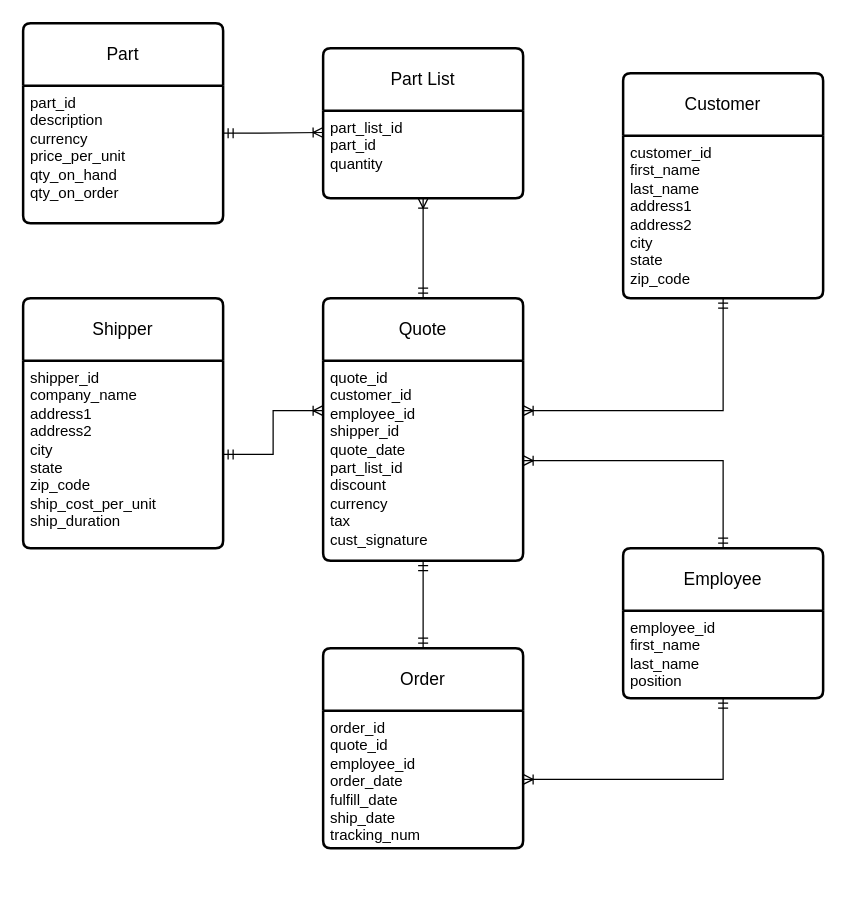
Before: CRM-ordermanagement.drawio in airbaggrenade/WGU-D284, a draw.io diagram. Source tidied: cells renumbered, new cells numbered last; positions are measured from the earlier drawing's top-left corner, leaving out a move shared by most shapes. Both pictures are drawn from the tidied source at 125%, with x=0, y=0 at pixel (22, 22).
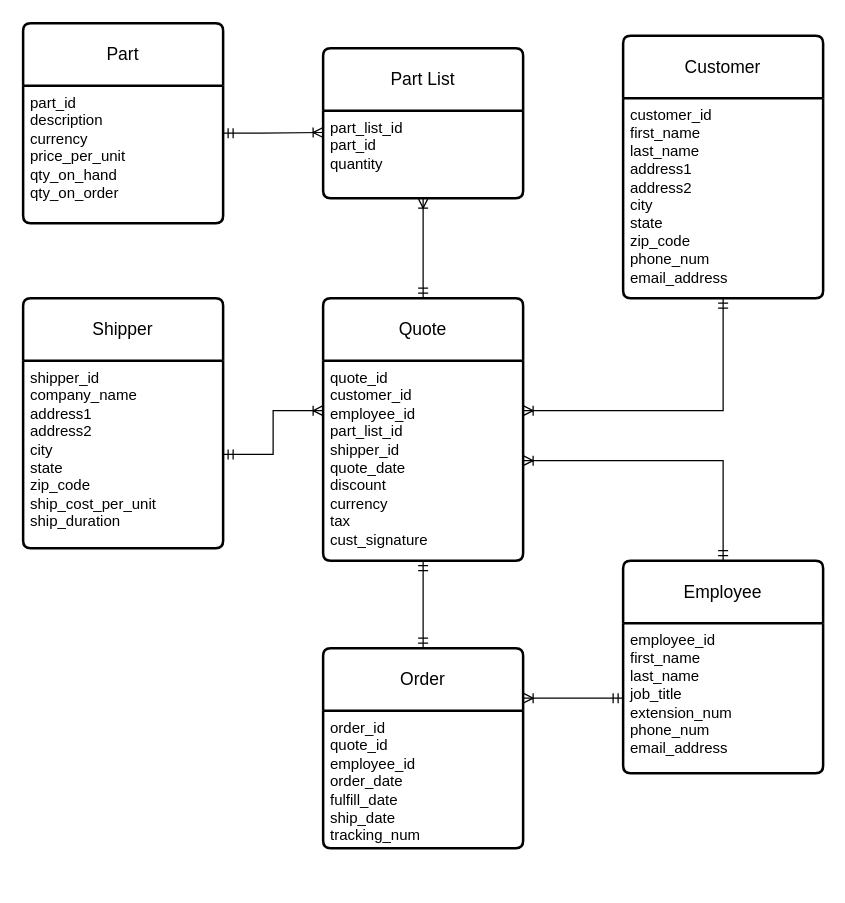
The same page after the edit.

The change refers to these unchanged cells:
```xml
<mxCell id="2" value="Quote" style="swimlane;horizontal=1;startSize=50;rounded=1;fontSize=14;fontStyle=0;strokeWidth=2;shadow=0;dashed=0;align=center;arcSize=4;whiteSpace=wrap;html=1;" parent="1" vertex="1">
  <mxGeometry x="240" y="220" width="160" height="210" as="geometry" />
</mxCell>
<mxCell id="10" value="Order" style="swimlane;horizontal=1;startSize=50;rounded=1;fontSize=14;fontStyle=0;strokeWidth=2;shadow=0;dashed=0;align=center;arcSize=4;whiteSpace=wrap;html=1;" parent="1" vertex="1">
  <mxGeometry x="240" y="500" width="160" height="160" as="geometry" />
</mxCell>
<mxCell id="11" value="&lt;div&gt;order_id&lt;/div&gt;&lt;div&gt;quote_id&lt;/div&gt;&lt;div&gt;employee_id&lt;br&gt;&lt;/div&gt;&lt;div&gt;order_date&lt;/div&gt;&lt;div&gt;fulfill_date&lt;/div&gt;&lt;div&gt;ship_date&lt;/div&gt;&lt;div&gt;tracking_num&lt;br&gt;&lt;/div&gt;&lt;div&gt;&lt;br&gt;&lt;/div&gt;&lt;div&gt;&lt;br&gt;&lt;/div&gt;" style="align=left;strokeColor=none;fillColor=none;spacingLeft=4;fontSize=12;verticalAlign=top;html=1;" parent="10" vertex="1">
  <mxGeometry y="50" width="160" height="110" as="geometry" />
</mxCell>
```

Change to the diagram source:
```diff
@@
-    <mxCell id="3" value="&lt;div&gt;quote_id&lt;/div&gt;&lt;div&gt;customer_id&lt;/div&gt;&lt;div&gt;employee_id&lt;/div&gt;&lt;div&gt;shipper_id&lt;br&gt;&lt;/div&gt;&lt;div&gt;quote_date&lt;/div&gt;&lt;div&gt;part_list_id&lt;br&gt;&lt;/div&gt;&lt;div&gt;discount&lt;/div&gt;&lt;div&gt;currency&lt;br&gt;&lt;/div&gt;&lt;div&gt;tax&lt;/div&gt;&lt;div&gt;cust_signature&lt;/div&gt;&lt;div&gt;&lt;br&gt;&lt;/div&gt;&lt;div&gt;&lt;br&gt;&lt;/div&gt;" style="align=left;strokeColor=none;fillColor=none;spacingLeft=4;fontSize=12;verticalAlign=top;html=1;" parent="2" vertex="1">
+    <mxCell id="3" value="&lt;div&gt;quote_id&lt;/div&gt;&lt;div&gt;customer_id&lt;/div&gt;&lt;div&gt;employee_id&lt;/div&gt;&lt;div&gt;part_list_id&lt;/div&gt;&lt;div&gt;shipper_id&lt;br&gt;&lt;/div&gt;&lt;div&gt;quote_date&lt;/div&gt;&lt;div&gt;discount&lt;/div&gt;&lt;div&gt;currency&lt;br&gt;&lt;/div&gt;&lt;div&gt;tax&lt;/div&gt;&lt;div&gt;cust_signature&lt;/div&gt;&lt;div&gt;&lt;br&gt;&lt;/div&gt;&lt;div&gt;&lt;br&gt;&lt;/div&gt;" style="align=left;strokeColor=none;fillColor=none;spacingLeft=4;fontSize=12;verticalAlign=top;html=1;" parent="2" vertex="1">
       <mxGeometry y="50" width="160" height="160" as="geometry" />
     </mxCell>
@@
     <mxCell id="12" value="Customer" style="swimlane;horizontal=1;startSize=50;rounded=1;fontSize=14;fontStyle=0;strokeWidth=2;shadow=0;dashed=0;align=center;arcSize=4;whiteSpace=wrap;html=1;" parent="1" vertex="1">
-      <mxGeometry x="480" y="40" width="160" height="180" as="geometry" />
+      <mxGeometry x="480" y="10" width="160" height="210" as="geometry" />
     </mxCell>
-    <mxCell id="13" value="&lt;div&gt;customer_id&lt;/div&gt;&lt;div&gt;first_name&lt;/div&gt;&lt;div&gt;last_name&lt;/div&gt;&lt;div&gt;address1&lt;/div&gt;&lt;div&gt;address2&lt;/div&gt;&lt;div&gt;city&lt;/div&gt;&lt;div&gt;state&lt;/div&gt;&lt;div&gt;zip_code&lt;br&gt;&lt;/div&gt;" style="align=left;strokeColor=none;fillColor=none;spacingLeft=4;fontSize=12;verticalAlign=top;html=1;" parent="12" vertex="1">
-      <mxGeometry y="50" width="160" height="130" as="geometry" />
+    <mxCell id="13" value="&lt;div&gt;customer_id&lt;/div&gt;&lt;div&gt;first_name&lt;/div&gt;&lt;div&gt;last_name&lt;/div&gt;&lt;div&gt;address1&lt;/div&gt;&lt;div&gt;address2&lt;/div&gt;&lt;div&gt;city&lt;/div&gt;&lt;div&gt;state&lt;/div&gt;&lt;div&gt;zip_code&lt;/div&gt;&lt;div&gt;phone_num&lt;/div&gt;&lt;div&gt;email_address&lt;br&gt;&lt;/div&gt;" style="align=left;strokeColor=none;fillColor=none;spacingLeft=4;fontSize=12;verticalAlign=top;html=1;" parent="12" vertex="1">
+      <mxGeometry y="50" width="160" height="160" as="geometry" />
     </mxCell>
-    <mxCell id="14" style="edgeStyle=orthogonalEdgeStyle;rounded=0;jettySize=auto;html=1;entryX=1;entryY=0.5;entryDx=0;entryDy=0;endArrow=ERoneToMany;startArrow=ERmandOne;rounded=0;" parent="1" edge="1" source="15" target="3">
+    <mxCell id="14" style="edgeStyle=orthogonalEdgeStyle;rounded=0;jettySize=auto;html=1;endArrow=ERoneToMany;startArrow=ERmandOne;rounded=0;" parent="1" edge="1" source="15" target="3">
       <mxGeometry relative="1" as="geometry">
         <Array as="points">
           <mxPoint x="560" y="350" />
         </Array>
       </mxGeometry>
     </mxCell>
     <mxCell id="15" value="Employee" style="swimlane;horizontal=1;startSize=50;rounded=1;fontSize=14;fontStyle=0;strokeWidth=2;shadow=0;dashed=0;align=center;arcSize=4;whiteSpace=wrap;html=1;" parent="1" vertex="1">
-      <mxGeometry x="480" y="420" width="160" height="120" as="geometry" />
+      <mxGeometry x="480" y="430" width="160" height="170" as="geometry" />
     </mxCell>
-    <mxCell id="16" value="&lt;div&gt;employee_id&lt;/div&gt;&lt;div&gt;first_name&lt;/div&gt;&lt;div&gt;last_name&lt;/div&gt;&lt;div&gt;position&lt;br&gt;&lt;/div&gt;&lt;div&gt;&lt;br&gt;&lt;/div&gt;&lt;div&gt;&lt;br&gt;&lt;/div&gt;" style="align=left;strokeColor=none;fillColor=none;spacingLeft=4;fontSize=12;verticalAlign=top;html=1;" parent="15" vertex="1">
-      <mxGeometry y="50" width="160" height="70" as="geometry" />
+    <mxCell id="16" value="&lt;div&gt;employee_id&lt;/div&gt;&lt;div&gt;first_name&lt;/div&gt;&lt;div&gt;last_name&lt;/div&gt;&lt;div&gt;job_title&lt;/div&gt;&lt;div&gt;extension_num&lt;/div&gt;&lt;div&gt;phone_num&lt;/div&gt;&lt;div&gt;email_address&lt;br&gt;&lt;/div&gt;&lt;div&gt;&lt;br&gt;&lt;/div&gt;&lt;div&gt;&lt;br&gt;&lt;/div&gt;" style="align=left;strokeColor=none;fillColor=none;spacingLeft=4;fontSize=12;verticalAlign=top;html=1;" parent="15" vertex="1">
+      <mxGeometry y="50" width="160" height="120" as="geometry" />
     </mxCell>
@@
-    <mxCell id="21" style="edgeStyle=orthogonalEdgeStyle;rounded=0;jettySize=auto;html=1;entryX=1;entryY=0.5;entryDx=0;entryDy=0;endArrow=ERoneToMany;startArrow=ERmandOne;rounded=0;" parent="1" edge="1" source="16" target="11">
-      <mxGeometry relative="1" as="geometry">
-        <Array as="points">
-          <mxPoint x="560" y="605" />
-        </Array>
-      </mxGeometry>
-    </mxCell>
@@
+    <mxCell id="24" style="edgeStyle=orthogonalEdgeStyle;rounded=0;jettySize=auto;html=1;entryX=1;entryY=0.25;entryDx=0;entryDy=0;endArrow=ERoneToMany;startArrow=ERmandOne;rounded=0;" parent="1" edge="1" source="16" target="10">
+      <mxGeometry relative="1" as="geometry" />
+    </mxCell>
```
